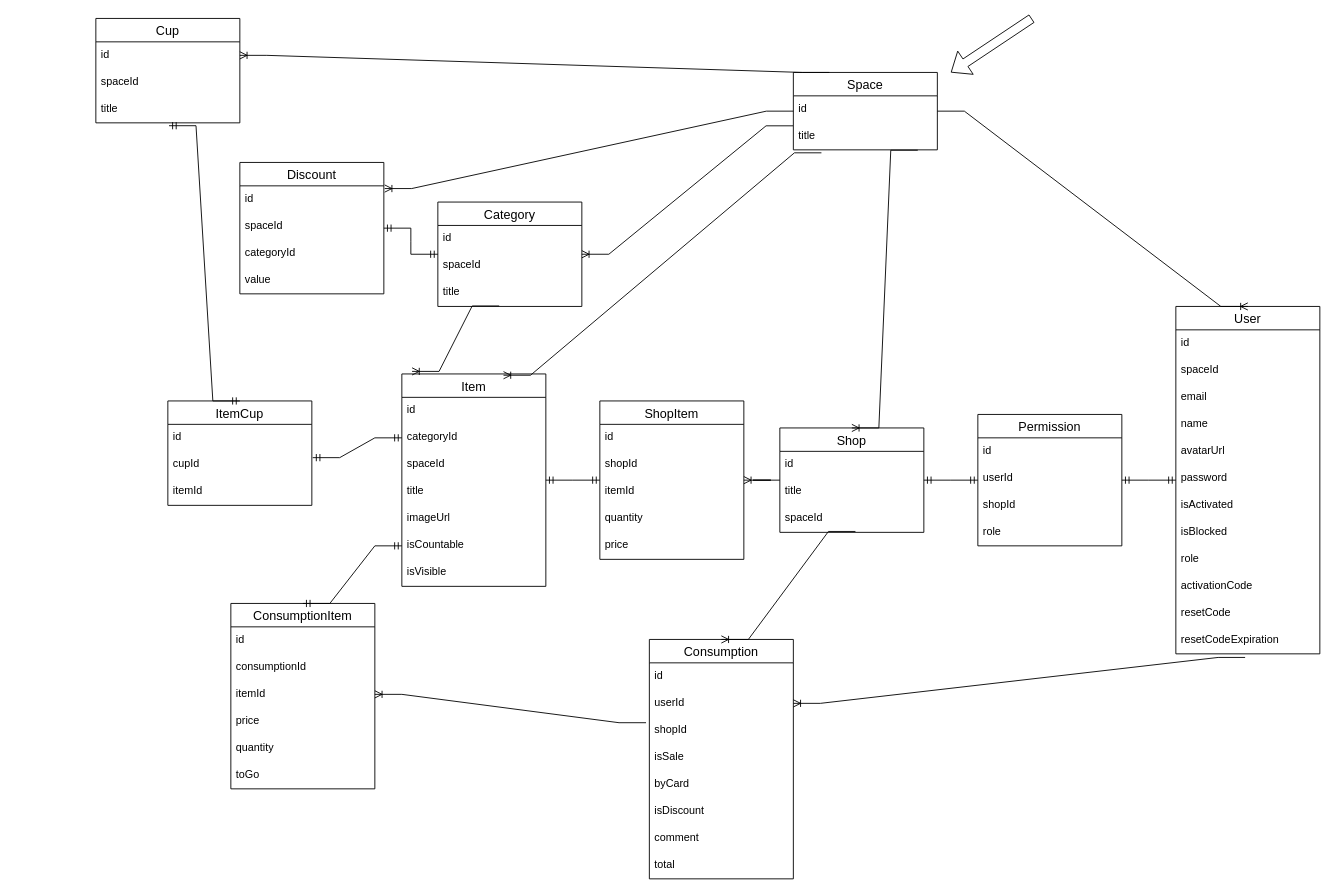
This is horeca.drawio from Nik68rus/myhoreca, a draw.io file, before an edit. Source tidied: cells renumbered, new cells numbered last; positions are measured from the earlier drawing's top-left corner, leaving out a move shared by most shapes. Both pictures are drawn from the tidied source at 90%, with x=0, y=0 at pixel (95, 18).
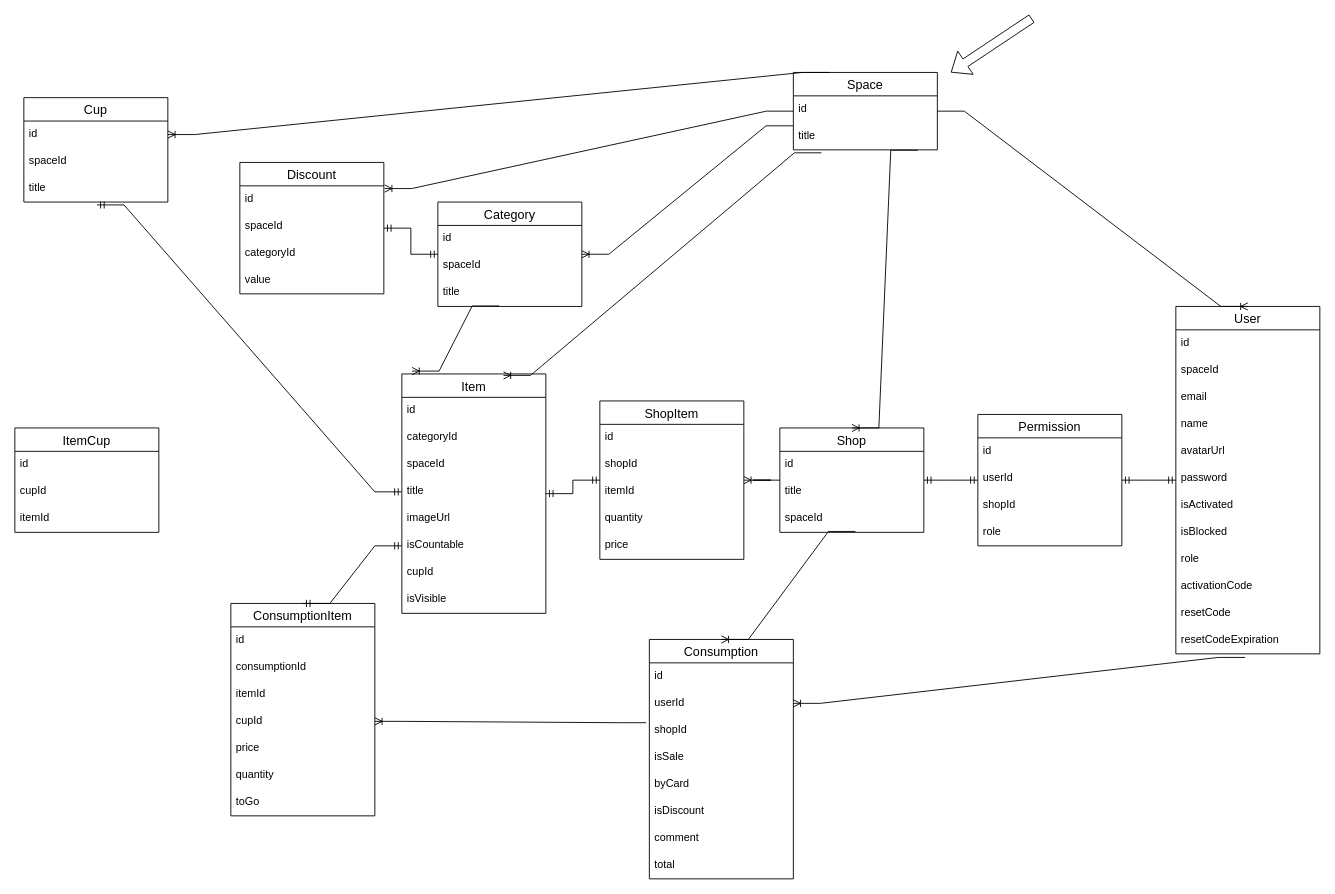
After the change.

The change refers to these unchanged cells:
```xml
<mxCell id="26" value="categoryId" style="text;strokeColor=none;fillColor=none;spacingLeft=4;spacingRight=4;overflow=hidden;points=[[0,0.5],[1,0.5]];portConstraint=eastwest;fontSize=12;" parent="24" vertex="1">
  <mxGeometry y="56" width="160" height="30" as="geometry" />
</mxCell>
<mxCell id="28" value="title" style="text;strokeColor=none;fillColor=none;spacingLeft=4;spacingRight=4;overflow=hidden;points=[[0,0.5],[1,0.5]];portConstraint=eastwest;fontSize=12;" parent="24" vertex="1">
  <mxGeometry y="116" width="160" height="30" as="geometry" />
</mxCell>
<mxCell id="45" value="title" style="text;strokeColor=none;fillColor=none;spacingLeft=4;spacingRight=4;overflow=hidden;points=[[0,0.5],[1,0.5]];portConstraint=eastwest;fontSize=12;" parent="42" vertex="1">
  <mxGeometry y="86" width="160" height="30" as="geometry" />
</mxCell>
<mxCell id="48" value="cupId" style="text;strokeColor=none;fillColor=none;spacingLeft=4;spacingRight=4;overflow=hidden;points=[[0,0.5],[1,0.5]];portConstraint=eastwest;fontSize=12;" parent="46" vertex="1">
  <mxGeometry y="56" width="160" height="30" as="geometry" />
</mxCell>
```

Diff of the diagram source:
```diff
@@
     <mxCell id="24" value="Item" style="swimlane;fontStyle=0;horizontal=1;startSize=26;align=center;fontSize=14;" parent="1" vertex="1">
-      <mxGeometry x="340" y="395" width="160" height="236" as="geometry" />
+      <mxGeometry x="340" y="395" width="160" height="266" as="geometry" />
     </mxCell>
@@
+    <mxCell id="93" value="cupId" style="text;strokeColor=none;fillColor=none;spacingLeft=4;spacingRight=4;overflow=hidden;fontSize=12;" parent="24" vertex="1">
+      <mxGeometry y="206" width="160" height="30" as="geometry" />
+    </mxCell>
     <mxCell id="31" value="isVisible" style="text;strokeColor=none;fillColor=none;spacingLeft=4;spacingRight=4;overflow=hidden;fontSize=12;" parent="24" vertex="1">
-      <mxGeometry y="206" width="160" height="30" as="geometry" />
+      <mxGeometry y="236" width="160" height="30" as="geometry" />
     </mxCell>
@@
     <mxCell id="42" value="Cup" style="swimlane;fontStyle=0;horizontal=1;startSize=26;align=center;fontSize=14;" parent="1" vertex="1">
-      <mxGeometry width="160" height="116" as="geometry" />
+      <mxGeometry x="-80" y="88" width="160" height="116" as="geometry" />
     </mxCell>
@@
     <mxCell id="46" value="ItemCup" style="swimlane;fontStyle=0;horizontal=1;startSize=26;align=center;fontSize=14;" parent="1" vertex="1">
-      <mxGeometry x="80" y="425" width="160" height="116" as="geometry" />
+      <mxGeometry x="-90" y="455" width="160" height="116" as="geometry" />
     </mxCell>
@@
-    <mxCell id="50" style="edgeStyle=entityRelationEdgeStyle;fontSize=12;html=1;endArrow=ERmandOne;startArrow=ERmandOne;rounded=0;entryX=1.006;entryY=0.233;entryDx=0;entryDy=0;entryPerimeter=0;exitX=0;exitY=0.5;exitDx=0;exitDy=0;" parent="1" edge="1" source="26" target="48">
-      <mxGeometry relative="1" as="geometry" />
-    </mxCell>
-    <mxCell id="51" style="edgeStyle=entityRelationEdgeStyle;fontSize=12;html=1;endArrow=ERmandOne;startArrow=ERmandOne;rounded=0;exitX=0.5;exitY=0;exitDx=0;exitDy=0;entryX=0.508;entryY=1.106;entryDx=0;entryDy=0;entryPerimeter=0;" parent="1" edge="1" source="46" target="45">
+    <mxCell id="51" style="edgeStyle=entityRelationEdgeStyle;fontSize=12;html=1;endArrow=ERmandOne;startArrow=ERmandOne;rounded=0;exitX=0;exitY=0.5;exitDx=0;exitDy=0;entryX=0.508;entryY=1.106;entryDx=0;entryDy=0;entryPerimeter=0;" parent="1" edge="1" source="28" target="45">
       <mxGeometry relative="1" as="geometry" />
     </mxCell>
     <mxCell id="52" value="ConsumptionItem" style="swimlane;fontStyle=0;horizontal=1;startSize=26;align=center;fontSize=14;" parent="1" vertex="1">
-      <mxGeometry x="150" y="650" width="160" height="206" as="geometry" />
+      <mxGeometry x="150" y="650" width="160" height="236" as="geometry" />
     </mxCell>
@@
+    <mxCell id="94" value="itemId" style="text;strokeColor=none;fillColor=none;spacingLeft=4;spacingRight=4;overflow=hidden;fontSize=12;" parent="52" vertex="1">
+      <mxGeometry y="86" width="160" height="30" as="geometry" />
+    </mxCell>
-    <mxCell id="55" value="itemId" style="text;strokeColor=none;fillColor=none;spacingLeft=4;spacingRight=4;overflow=hidden;points=[[0,0.5],[1,0.5]];portConstraint=eastwest;fontSize=12;" parent="52" vertex="1">
-      <mxGeometry y="86" width="160" height="30" as="geometry" />
+    <mxCell id="55" value="cupId" style="text;strokeColor=none;fillColor=none;spacingLeft=4;spacingRight=4;overflow=hidden;points=[[0,0.5],[1,0.5]];portConstraint=eastwest;fontSize=12;" parent="52" vertex="1">
+      <mxGeometry y="116" width="160" height="30" as="geometry" />
     </mxCell>
     <mxCell id="56" value="price" style="text;strokeColor=none;fillColor=none;spacingLeft=4;spacingRight=4;overflow=hidden;fontSize=12;" parent="52" vertex="1">
-      <mxGeometry y="116" width="160" height="30" as="geometry" />
+      <mxGeometry y="146" width="160" height="30" as="geometry" />
     </mxCell>
     <mxCell id="57" value="quantity" style="text;strokeColor=none;fillColor=none;spacingLeft=4;spacingRight=4;overflow=hidden;fontSize=12;" parent="52" vertex="1">
-      <mxGeometry y="146" width="160" height="30" as="geometry" />
+      <mxGeometry y="176" width="160" height="30" as="geometry" />
     </mxCell>
     <mxCell id="58" value="toGo" style="text;strokeColor=none;fillColor=none;spacingLeft=4;spacingRight=4;overflow=hidden;fontSize=12;" parent="52" vertex="1">
-      <mxGeometry y="176" width="160" height="30" as="geometry" />
+      <mxGeometry y="206" width="160" height="30" as="geometry" />
     </mxCell>
```
